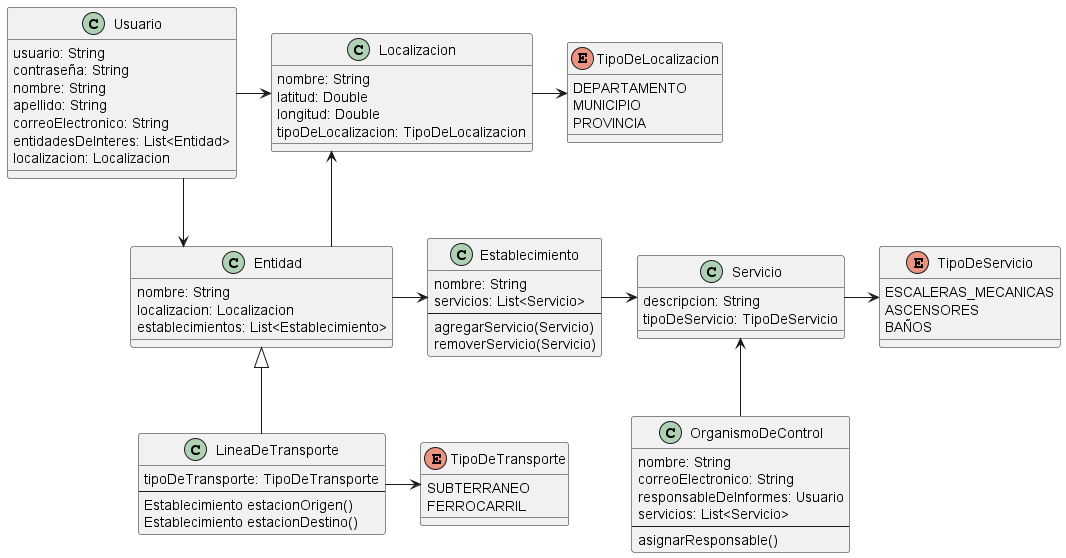
Before: docs/entrega-2/png/TPA2-Clases.png, a diagram exported from PlantUML (ValenAquino/tp-dds-2023).
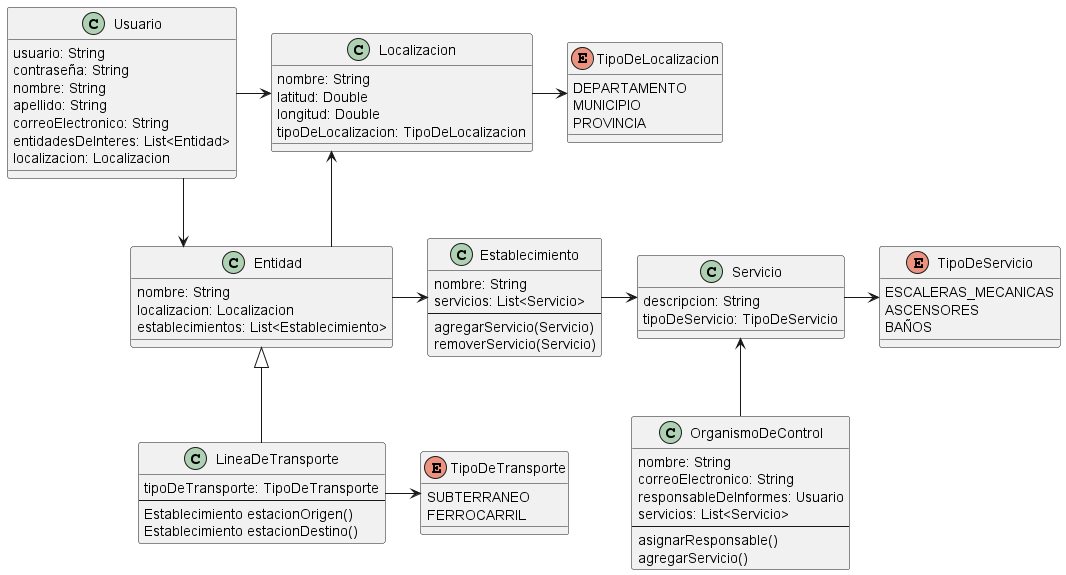
The same file after the commit.

Commit message:
feat(OrganismoDeControl): agregar metodo agregarServicio

Change to the diagram source:
```diff
@@ -68,6 +68,7 @@
   servicios: List<Servicio>
   --
   asignarResponsable()
+  agregarServicio()
 }
 
 Entidad -> Establecimiento
```
